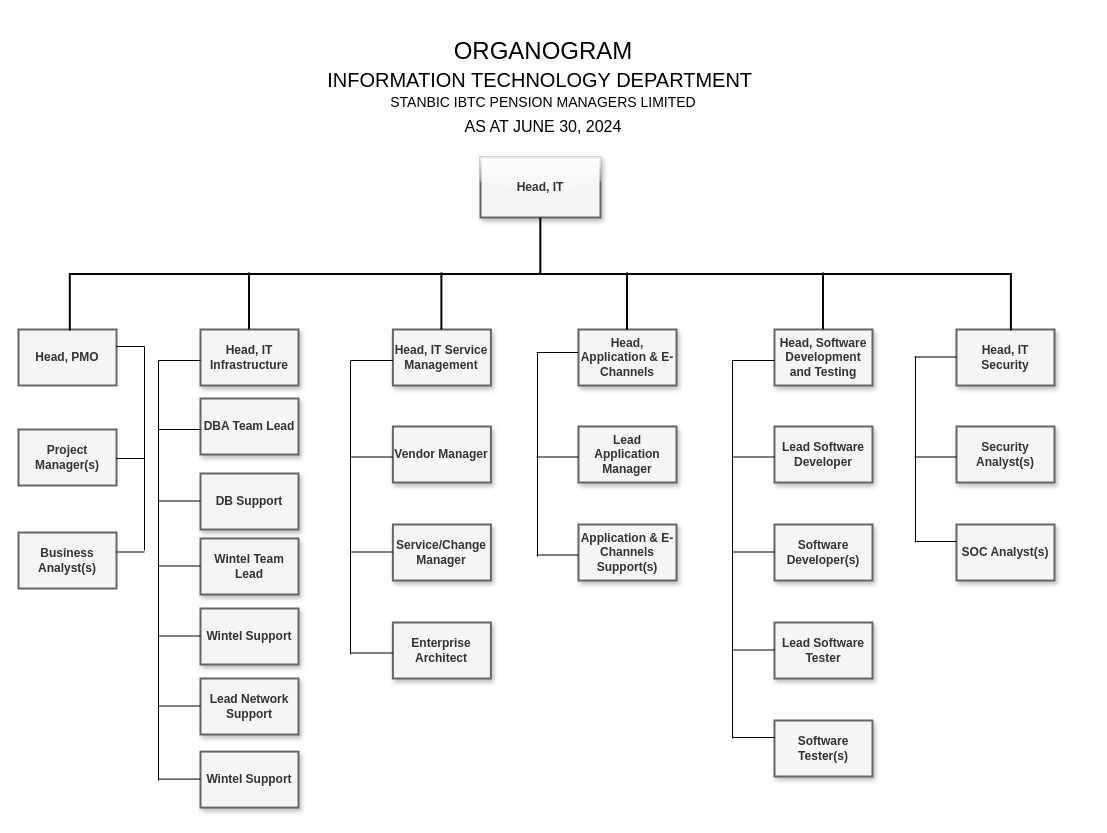
Before: organogram.drawio in Great-B/standard-arch-diagrams, a draw.io diagram. Source tidied: cells renumbered, new cells numbered last; positions are measured from the earlier drawing's top-left corner, leaving out a move shared by most shapes. Both pictures are drawn from the tidied source at 100%, with x=0, y=0 at pixel (18, -197).
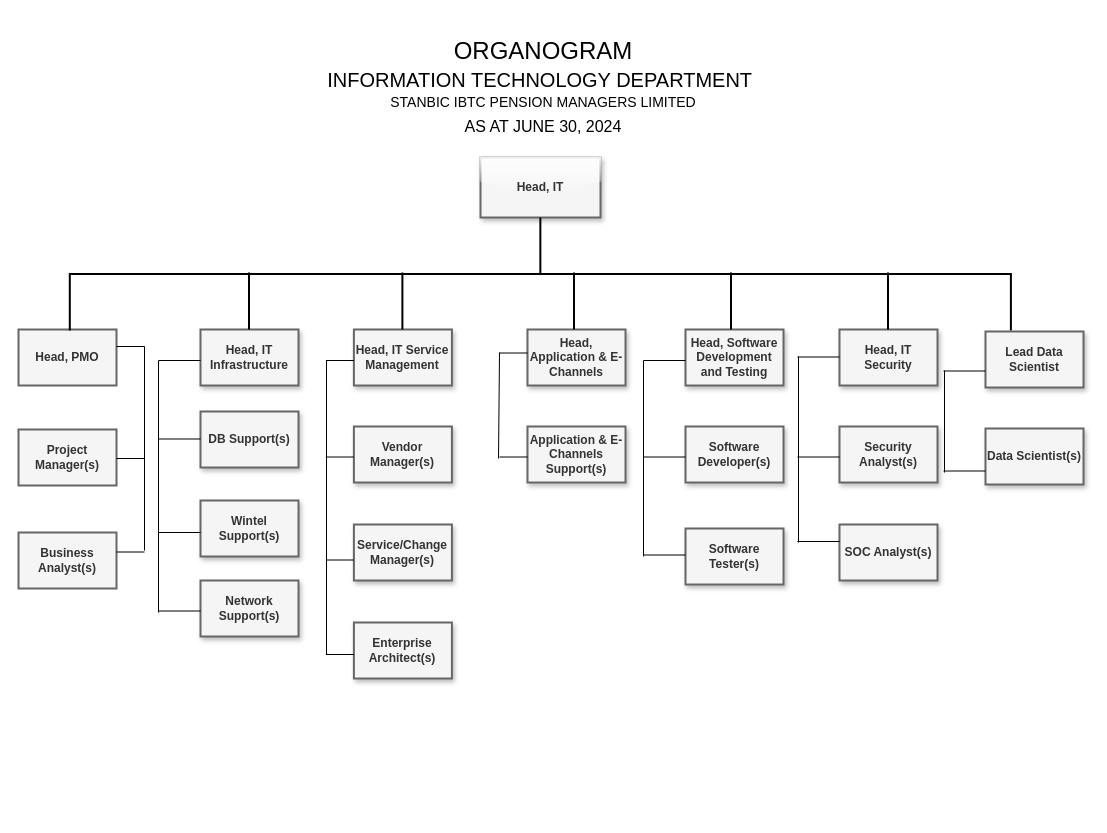
The same page after the edit.

The edit, as a diff of the source:
```diff
@@
     <mxCell id="6" value="&lt;b&gt;Head, IT Service Management&lt;/b&gt;" style="rounded=0;whiteSpace=wrap;html=1;strokeWidth=2;perimeterSpacing=0;glass=0;shadow=1;fontStyle=0;fillColor=#f5f5f5;fontColor=#333333;strokeColor=#666666;gradientColor=none;" parent="1" vertex="1">
-      <mxGeometry x="374.4" y="526" width="98" height="56" as="geometry" />
+      <mxGeometry x="335.4" y="526" width="98" height="56" as="geometry" />
     </mxCell>
     <mxCell id="7" value="&lt;b&gt;Head, Application &amp;amp; E-Channels&lt;/b&gt;" style="rounded=0;whiteSpace=wrap;html=1;strokeWidth=2;perimeterSpacing=0;glass=0;shadow=1;fontStyle=0;fillColor=#f5f5f5;fontColor=#333333;strokeColor=#666666;gradientColor=none;" parent="1" vertex="1">
-      <mxGeometry x="560" y="526" width="98" height="56" as="geometry" />
+      <mxGeometry x="509" y="526" width="98" height="56" as="geometry" />
     </mxCell>
     <mxCell id="8" value="&lt;b&gt;Head, Software Development and Testing&lt;/b&gt;" style="rounded=0;whiteSpace=wrap;html=1;strokeWidth=2;perimeterSpacing=0;glass=0;shadow=1;fontStyle=0;fillColor=#f5f5f5;fontColor=#333333;strokeColor=#666666;gradientColor=none;" parent="1" vertex="1">
-      <mxGeometry x="756" y="526" width="98" height="56" as="geometry" />
+      <mxGeometry x="667" y="526" width="98" height="56" as="geometry" />
     </mxCell>
     <mxCell id="9" value="&lt;b&gt;Head, IT Security&lt;/b&gt;" style="rounded=0;whiteSpace=wrap;html=1;strokeWidth=2;perimeterSpacing=0;glass=0;shadow=1;fontStyle=0;fillColor=#f5f5f5;fontColor=#333333;strokeColor=#666666;gradientColor=none;" parent="1" vertex="1">
-      <mxGeometry x="938" y="526" width="98" height="56" as="geometry" />
+      <mxGeometry x="821" y="526" width="98" height="56" as="geometry" />
     </mxCell>
@@
-    <mxCell id="13" value="&lt;b&gt;DBA Team Lead&lt;/b&gt;" style="rounded=0;whiteSpace=wrap;html=1;strokeWidth=2;perimeterSpacing=0;glass=0;shadow=1;fontStyle=0;fillColor=#f5f5f5;fontColor=#333333;strokeColor=#666666;gradientColor=none;" parent="1" vertex="1">
-      <mxGeometry x="182" y="595" width="98" height="56" as="geometry" />
-    </mxCell>
-    <mxCell id="14" value="&lt;b&gt;DB Support&lt;/b&gt;" style="rounded=0;whiteSpace=wrap;html=1;strokeWidth=2;perimeterSpacing=0;glass=0;shadow=1;fontStyle=0;fillColor=#f5f5f5;fontColor=#333333;strokeColor=#666666;gradientColor=none;" parent="1" vertex="1">
-      <mxGeometry x="182" y="670" width="98" height="56" as="geometry" />
+    <mxCell id="14" value="&lt;b&gt;DB Support(s)&lt;/b&gt;" style="rounded=0;whiteSpace=wrap;html=1;strokeWidth=2;perimeterSpacing=0;glass=0;shadow=1;fontStyle=0;fillColor=#f5f5f5;fontColor=#333333;strokeColor=#666666;gradientColor=none;" parent="1" vertex="1">
+      <mxGeometry x="182" y="608" width="98" height="56" as="geometry" />
     </mxCell>
-    <mxCell id="15" value="&lt;b&gt;Vendor Manager&lt;/b&gt;" style="rounded=0;whiteSpace=wrap;html=1;strokeWidth=2;perimeterSpacing=0;glass=0;shadow=1;fontStyle=0;fillColor=#f5f5f5;fontColor=#333333;strokeColor=#666666;gradientColor=none;" parent="1" vertex="1">
-      <mxGeometry x="374.4" y="623" width="98" height="56" as="geometry" />
+    <mxCell id="15" value="&lt;b&gt;Vendor Manager(s)&lt;/b&gt;" style="rounded=0;whiteSpace=wrap;html=1;strokeWidth=2;perimeterSpacing=0;glass=0;shadow=1;fontStyle=0;fillColor=#f5f5f5;fontColor=#333333;strokeColor=#666666;gradientColor=none;" parent="1" vertex="1">
+      <mxGeometry x="335.4" y="623" width="98" height="56" as="geometry" />
     </mxCell>
-    <mxCell id="16" value="&lt;b&gt;Service/Change Manager&lt;/b&gt;" style="rounded=0;whiteSpace=wrap;html=1;strokeWidth=2;perimeterSpacing=0;glass=0;shadow=1;fontStyle=0;fillColor=#f5f5f5;fontColor=#333333;strokeColor=#666666;gradientColor=none;" parent="1" vertex="1">
-      <mxGeometry x="374.4" y="721" width="98" height="56" as="geometry" />
+    <mxCell id="16" value="&lt;b&gt;Service/Change Manager(s)&lt;br&gt;&lt;/b&gt;" style="rounded=0;whiteSpace=wrap;html=1;strokeWidth=2;perimeterSpacing=0;glass=0;shadow=1;fontStyle=0;fillColor=#f5f5f5;fontColor=#333333;strokeColor=#666666;gradientColor=none;" parent="1" vertex="1">
+      <mxGeometry x="335.4" y="721" width="98" height="56" as="geometry" />
     </mxCell>
-    <mxCell id="17" value="&lt;b&gt;Enterprise Architect&lt;/b&gt;" style="rounded=0;whiteSpace=wrap;html=1;strokeWidth=2;perimeterSpacing=0;glass=0;shadow=1;fontStyle=0;fillColor=#f5f5f5;fontColor=#333333;strokeColor=#666666;gradientColor=none;" parent="1" vertex="1">
-      <mxGeometry x="374.4" y="819" width="98" height="56" as="geometry" />
+    <mxCell id="17" value="&lt;b&gt;Enterprise Architect(s)&lt;/b&gt;" style="rounded=0;whiteSpace=wrap;html=1;strokeWidth=2;perimeterSpacing=0;glass=0;shadow=1;fontStyle=0;fillColor=#f5f5f5;fontColor=#333333;strokeColor=#666666;gradientColor=none;" parent="1" vertex="1">
+      <mxGeometry x="335.4" y="819" width="98" height="56" as="geometry" />
     </mxCell>
-    <mxCell id="18" value="&lt;b&gt;Lead Application Manager&lt;/b&gt;" style="rounded=0;whiteSpace=wrap;html=1;strokeWidth=2;perimeterSpacing=0;glass=0;shadow=1;fontStyle=0;fillColor=#f5f5f5;fontColor=#333333;strokeColor=#666666;gradientColor=none;" parent="1" vertex="1">
-      <mxGeometry x="560" y="623" width="98" height="56" as="geometry" />
-    </mxCell>
     <mxCell id="19" value="&lt;b&gt;Application &amp;amp; E-Channels Support(s)&lt;/b&gt;" style="rounded=0;whiteSpace=wrap;html=1;strokeWidth=2;perimeterSpacing=0;glass=0;shadow=1;fontStyle=0;fillColor=#f5f5f5;fontColor=#333333;strokeColor=#666666;gradientColor=none;" parent="1" vertex="1">
-      <mxGeometry x="560" y="721" width="98" height="56" as="geometry" />
+      <mxGeometry x="509" y="623" width="98" height="56" as="geometry" />
     </mxCell>
-    <mxCell id="20" value="&lt;b&gt;Lead Software Developer&lt;/b&gt;" style="rounded=0;whiteSpace=wrap;html=1;strokeWidth=2;perimeterSpacing=0;glass=0;shadow=1;fontStyle=0;fillColor=#f5f5f5;fontColor=#333333;strokeColor=#666666;gradientColor=none;" parent="1" vertex="1">
-      <mxGeometry x="756" y="623" width="98" height="56" as="geometry" />
-    </mxCell>
     <mxCell id="21" value="&lt;b&gt;Software Developer(s)&lt;/b&gt;" style="rounded=0;whiteSpace=wrap;html=1;strokeWidth=2;perimeterSpacing=0;glass=0;shadow=1;fontStyle=0;fillColor=#f5f5f5;fontColor=#333333;strokeColor=#666666;gradientColor=none;" parent="1" vertex="1">
-      <mxGeometry x="756" y="721" width="98" height="56" as="geometry" />
+      <mxGeometry x="667" y="623" width="98" height="56" as="geometry" />
     </mxCell>
     <mxCell id="22" value="&lt;b&gt;Security Analyst(s)&lt;/b&gt;" style="rounded=0;whiteSpace=wrap;html=1;strokeWidth=2;perimeterSpacing=0;glass=0;shadow=1;fontStyle=0;fillColor=#f5f5f5;fontColor=#333333;strokeColor=#666666;gradientColor=none;" parent="1" vertex="1">
-      <mxGeometry x="938" y="623" width="98" height="56" as="geometry" />
+      <mxGeometry x="821" y="623" width="98" height="56" as="geometry" />
     </mxCell>
     <mxCell id="23" value="&lt;b&gt;SOC Analyst(s)&lt;/b&gt;" style="rounded=0;whiteSpace=wrap;html=1;strokeWidth=2;perimeterSpacing=0;glass=0;shadow=1;fontStyle=0;fillColor=#f5f5f5;fontColor=#333333;strokeColor=#666666;gradientColor=none;" parent="1" vertex="1">
-      <mxGeometry x="938" y="721" width="98" height="56" as="geometry" />
+      <mxGeometry x="821" y="721" width="98" height="56" as="geometry" />
     </mxCell>
-    <mxCell id="24" value="&lt;b&gt;Wintel Team Lead&lt;/b&gt;" style="rounded=0;whiteSpace=wrap;html=1;strokeWidth=2;perimeterSpacing=0;glass=0;shadow=1;fontStyle=0;fillColor=#f5f5f5;fontColor=#333333;strokeColor=#666666;gradientColor=none;" parent="1" vertex="1">
-      <mxGeometry x="182" y="735" width="98" height="56" as="geometry" />
-    </mxCell>
-    <mxCell id="25" value="&lt;b&gt;Wintel Support&lt;/b&gt;" style="rounded=0;whiteSpace=wrap;html=1;strokeWidth=2;perimeterSpacing=0;glass=0;shadow=1;fontStyle=0;fillColor=#f5f5f5;fontColor=#333333;strokeColor=#666666;gradientColor=none;" parent="1" vertex="1">
-      <mxGeometry x="182" y="805" width="98" height="56" as="geometry" />
+    <mxCell id="25" value="&lt;b&gt;Wintel Support(s)&lt;/b&gt;" style="rounded=0;whiteSpace=wrap;html=1;strokeWidth=2;perimeterSpacing=0;glass=0;shadow=1;fontStyle=0;fillColor=#f5f5f5;fontColor=#333333;strokeColor=#666666;gradientColor=none;" parent="1" vertex="1">
+      <mxGeometry x="182" y="697" width="98" height="56" as="geometry" />
     </mxCell>
-    <mxCell id="26" value="&lt;b&gt;Lead Network Support&lt;/b&gt;" style="rounded=0;whiteSpace=wrap;html=1;strokeWidth=2;perimeterSpacing=0;glass=0;shadow=1;fontStyle=0;fillColor=#f5f5f5;fontColor=#333333;strokeColor=#666666;gradientColor=none;" parent="1" vertex="1">
-      <mxGeometry x="182" y="875" width="98" height="56" as="geometry" />
-    </mxCell>
-    <mxCell id="27" value="&lt;b&gt;Wintel Support&lt;/b&gt;" style="rounded=0;whiteSpace=wrap;html=1;strokeWidth=2;perimeterSpacing=0;glass=0;shadow=1;fontStyle=0;fillColor=#f5f5f5;fontColor=#333333;strokeColor=#666666;gradientColor=none;" parent="1" vertex="1">
-      <mxGeometry x="182" y="948.1" width="98" height="56" as="geometry" />
+    <mxCell id="27" value="&lt;b&gt;Network Support(s)&lt;/b&gt;" style="rounded=0;whiteSpace=wrap;html=1;strokeWidth=2;perimeterSpacing=0;glass=0;shadow=1;fontStyle=0;fillColor=#f5f5f5;fontColor=#333333;strokeColor=#666666;gradientColor=none;" parent="1" vertex="1">
+      <mxGeometry x="182" y="777" width="98" height="56" as="geometry" />
     </mxCell>
-    <mxCell id="28" value="&lt;b&gt;Lead Software Tester&lt;/b&gt;" style="rounded=0;whiteSpace=wrap;html=1;strokeWidth=2;perimeterSpacing=0;glass=0;shadow=1;fontStyle=0;fillColor=#f5f5f5;fontColor=#333333;strokeColor=#666666;gradientColor=none;" parent="1" vertex="1">
-      <mxGeometry x="756" y="819" width="98" height="56" as="geometry" />
-    </mxCell>
     <mxCell id="29" value="&lt;b&gt;Software Tester(s)&lt;/b&gt;" style="rounded=0;whiteSpace=wrap;html=1;strokeWidth=2;perimeterSpacing=0;glass=0;shadow=1;fontStyle=0;fillColor=#f5f5f5;fontColor=#333333;strokeColor=#666666;gradientColor=none;" parent="1" vertex="1">
-      <mxGeometry x="756" y="917" width="98" height="56" as="geometry" />
+      <mxGeometry x="667" y="725" width="98" height="56" as="geometry" />
     </mxCell>
@@
     <mxCell id="31" style="endArrow=none;html=1;rounded=0;strokeWidth=2;" parent="1" edge="1">
       <mxGeometry relative="1" as="geometry">
-        <mxPoint x="422.9" y="526" as="sourcePoint" />
-        <mxPoint x="422.9" y="469" as="targetPoint" />
+        <mxPoint x="383.9" y="526" as="sourcePoint" />
+        <mxPoint x="383.9" y="469" as="targetPoint" />
       </mxGeometry>
     </mxCell>
     <mxCell id="32" style="endArrow=none;html=1;rounded=0;strokeWidth=2;" parent="1" edge="1">
       <mxGeometry relative="1" as="geometry">
-        <mxPoint x="608.5" y="526" as="sourcePoint" />
-        <mxPoint x="608.5" y="469" as="targetPoint" />
+        <mxPoint x="555.5" y="526" as="sourcePoint" />
+        <mxPoint x="555.5" y="469" as="targetPoint" />
       </mxGeometry>
     </mxCell>
     <mxCell id="33" style="endArrow=none;html=1;rounded=0;strokeWidth=2;" parent="1" edge="1">
       <mxGeometry relative="1" as="geometry">
-        <mxPoint x="804.5" y="526" as="sourcePoint" />
-        <mxPoint x="804.5" y="469" as="targetPoint" />
+        <mxPoint x="712.5" y="526" as="sourcePoint" />
+        <mxPoint x="712.5" y="469" as="targetPoint" />
       </mxGeometry>
     </mxCell>
     <mxCell id="34" style="endArrow=none;html=1;rounded=0;" parent="1" edge="1">
       <mxGeometry relative="1" as="geometry">
-        <mxPoint x="140" y="977" as="sourcePoint" />
+        <mxPoint x="140" y="809" as="sourcePoint" />
         <mxPoint x="140" y="557" as="targetPoint" />
       </mxGeometry>
     </mxCell>
     <mxCell id="35" style="endArrow=none;html=1;rounded=0;" parent="1" edge="1">
       <mxGeometry relative="1" as="geometry">
-        <mxPoint x="714" y="935" as="sourcePoint" />
-        <mxPoint x="714" y="557" as="targetPoint" />
+        <mxPoint x="625" y="753" as="sourcePoint" />
+        <mxPoint x="625" y="557" as="targetPoint" />
       </mxGeometry>
     </mxCell>
-    <mxCell id="36" style="endArrow=none;html=1;rounded=0;" parent="1" edge="1">
-      <mxGeometry relative="1" as="geometry">
-        <mxPoint x="140" y="902.5" as="sourcePoint" />
-        <mxPoint x="182" y="902.5" as="targetPoint" />
-      </mxGeometry>
-    </mxCell>
     <mxCell id="37" style="endArrow=none;html=1;rounded=0;" parent="1" edge="1">
       <mxGeometry relative="1" as="geometry">
-        <mxPoint x="140" y="975.6" as="sourcePoint" />
-        <mxPoint x="182" y="975.6" as="targetPoint" />
+        <mxPoint x="140" y="807.5" as="sourcePoint" />
+        <mxPoint x="182" y="807.5" as="targetPoint" />
       </mxGeometry>
     </mxCell>
     <mxCell id="38" style="endArrow=none;html=1;rounded=0;" parent="1" edge="1">
       <mxGeometry relative="1" as="geometry">
-        <mxPoint x="140" y="832.5" as="sourcePoint" />
-        <mxPoint x="182" y="832.5" as="targetPoint" />
+        <mxPoint x="140" y="729" as="sourcePoint" />
+        <mxPoint x="182" y="729" as="targetPoint" />
       </mxGeometry>
     </mxCell>
-    <mxCell id="39" style="endArrow=none;html=1;rounded=0;" parent="1" edge="1">
-      <mxGeometry relative="1" as="geometry">
-        <mxPoint x="140" y="762.5" as="sourcePoint" />
-        <mxPoint x="182" y="762.5" as="targetPoint" />
-      </mxGeometry>
-    </mxCell>
     <mxCell id="40" style="endArrow=none;html=1;rounded=0;" parent="1" edge="1">
       <mxGeometry relative="1" as="geometry">
-        <mxPoint x="140" y="697.5" as="sourcePoint" />
-        <mxPoint x="182" y="697.5" as="targetPoint" />
+        <mxPoint x="140" y="635.5" as="sourcePoint" />
+        <mxPoint x="182" y="635.5" as="targetPoint" />
       </mxGeometry>
     </mxCell>
-    <mxCell id="41" style="endArrow=none;html=1;rounded=0;" parent="1" edge="1">
-      <mxGeometry relative="1" as="geometry">
-        <mxPoint x="140" y="626" as="sourcePoint" />
-        <mxPoint x="182" y="626" as="targetPoint" />
-      </mxGeometry>
-    </mxCell>
@@
     <mxCell id="43" style="endArrow=none;html=1;rounded=0;" parent="1" edge="1">
       <mxGeometry relative="1" as="geometry">
-        <mxPoint x="714" y="557" as="sourcePoint" />
-        <mxPoint x="756" y="557" as="targetPoint" />
+        <mxPoint x="625" y="557" as="sourcePoint" />
+        <mxPoint x="667" y="557" as="targetPoint" />
       </mxGeometry>
     </mxCell>
-    <mxCell id="44" style="endArrow=none;html=1;rounded=0;" parent="1" edge="1">
-      <mxGeometry relative="1" as="geometry">
-        <mxPoint x="714" y="934" as="sourcePoint" />
-        <mxPoint x="756" y="934" as="targetPoint" />
-      </mxGeometry>
-    </mxCell>
     <mxCell id="45" style="endArrow=none;html=1;rounded=0;" parent="1" edge="1">
       <mxGeometry relative="1" as="geometry">
-        <mxPoint x="714" y="653.5" as="sourcePoint" />
-        <mxPoint x="756" y="653.5" as="targetPoint" />
+        <mxPoint x="625" y="653.5" as="sourcePoint" />
+        <mxPoint x="667" y="653.5" as="targetPoint" />
       </mxGeometry>
     </mxCell>
     <mxCell id="46" style="endArrow=none;html=1;rounded=0;" parent="1" edge="1">
       <mxGeometry relative="1" as="geometry">
-        <mxPoint x="714" y="748.5" as="sourcePoint" />
-        <mxPoint x="756" y="748.5" as="targetPoint" />
+        <mxPoint x="625" y="751.5" as="sourcePoint" />
+        <mxPoint x="667" y="751.5" as="targetPoint" />
       </mxGeometry>
     </mxCell>
-    <mxCell id="47" style="endArrow=none;html=1;rounded=0;" parent="1" edge="1">
-      <mxGeometry relative="1" as="geometry">
-        <mxPoint x="714" y="846.5" as="sourcePoint" />
-        <mxPoint x="756" y="846.5" as="targetPoint" />
-      </mxGeometry>
-    </mxCell>
     <mxCell id="48" style="endArrow=none;html=1;rounded=0;" parent="1" edge="1">
       <mxGeometry relative="1" as="geometry">
-        <mxPoint x="897" y="739" as="sourcePoint" />
-        <mxPoint x="897" y="553" as="targetPoint" />
+        <mxPoint x="780" y="739" as="sourcePoint" />
+        <mxPoint x="780" y="553" as="targetPoint" />
       </mxGeometry>
     </mxCell>
     <mxCell id="49" style="endArrow=none;html=1;rounded=0;" parent="1" edge="1">
       <mxGeometry relative="1" as="geometry">
-        <mxPoint x="896" y="553.5" as="sourcePoint" />
-        <mxPoint x="938" y="553.5" as="targetPoint" />
+        <mxPoint x="779" y="553.5" as="sourcePoint" />
+        <mxPoint x="821" y="553.5" as="targetPoint" />
       </mxGeometry>
     </mxCell>
     <mxCell id="50" style="endArrow=none;html=1;rounded=0;" parent="1" edge="1">
       <mxGeometry relative="1" as="geometry">
-        <mxPoint x="896" y="738" as="sourcePoint" />
-        <mxPoint x="938" y="738" as="targetPoint" />
+        <mxPoint x="779" y="738" as="sourcePoint" />
+        <mxPoint x="821" y="738" as="targetPoint" />
       </mxGeometry>
     </mxCell>
     <mxCell id="51" style="endArrow=none;html=1;rounded=0;" parent="1" edge="1">
       <mxGeometry relative="1" as="geometry">
-        <mxPoint x="896" y="653.5" as="sourcePoint" />
-        <mxPoint x="938" y="653.5" as="targetPoint" />
+        <mxPoint x="779" y="653.5" as="sourcePoint" />
+        <mxPoint x="821" y="653.5" as="targetPoint" />
       </mxGeometry>
     </mxCell>
     <mxCell id="52" style="endArrow=none;html=1;rounded=0;" parent="1" edge="1">
       <mxGeometry relative="1" as="geometry">
-        <mxPoint x="519" y="753" as="sourcePoint" />
-        <mxPoint x="519" y="549" as="targetPoint" />
+        <mxPoint x="480" y="655" as="sourcePoint" />
+        <mxPoint x="481" y="549" as="targetPoint" />
       </mxGeometry>
     </mxCell>
-    <mxCell id="53" style="endArrow=none;html=1;rounded=0;" parent="1" edge="1">
-      <mxGeometry relative="1" as="geometry">
-        <mxPoint x="518" y="549" as="sourcePoint" />
-        <mxPoint x="560" y="549" as="targetPoint" />
-      </mxGeometry>
-    </mxCell>
-    <mxCell id="54" style="endArrow=none;html=1;rounded=0;" parent="1" edge="1">
-      <mxGeometry relative="1" as="geometry">
-        <mxPoint x="518" y="653.5" as="sourcePoint" />
-        <mxPoint x="560" y="653.5" as="targetPoint" />
-      </mxGeometry>
-    </mxCell>
-    <mxCell id="55" style="endArrow=none;html=1;rounded=0;" parent="1" edge="1">
-      <mxGeometry relative="1" as="geometry">
-        <mxPoint x="518" y="751.5" as="sourcePoint" />
-        <mxPoint x="560" y="751.5" as="targetPoint" />
-      </mxGeometry>
-    </mxCell>
@@
     <mxCell id="60" style="endArrow=none;html=1;rounded=0;" parent="1" edge="1">
       <mxGeometry relative="1" as="geometry">
-        <mxPoint x="332" y="851" as="sourcePoint" />
-        <mxPoint x="332" y="557" as="targetPoint" />
+        <mxPoint x="308" y="851" as="sourcePoint" />
+        <mxPoint x="308" y="557" as="targetPoint" />
       </mxGeometry>
     </mxCell>
-    <mxCell id="61" style="endArrow=none;html=1;rounded=0;" parent="1" edge="1">
-      <mxGeometry relative="1" as="geometry">
-        <mxPoint x="332.4" y="557" as="sourcePoint" />
-        <mxPoint x="374.4" y="557" as="targetPoint" />
-      </mxGeometry>
-    </mxCell>
-    <mxCell id="62" style="endArrow=none;html=1;rounded=0;" parent="1" edge="1">
-      <mxGeometry relative="1" as="geometry">
-        <mxPoint x="332.4" y="653.5" as="sourcePoint" />
-        <mxPoint x="374.4" y="653.5" as="targetPoint" />
-      </mxGeometry>
-    </mxCell>
-    <mxCell id="63" style="endArrow=none;html=1;rounded=0;" parent="1" edge="1">
-      <mxGeometry relative="1" as="geometry">
-        <mxPoint x="332.4" y="748.5" as="sourcePoint" />
-        <mxPoint x="374.4" y="748.5" as="targetPoint" />
-      </mxGeometry>
-    </mxCell>
-    <mxCell id="64" style="endArrow=none;html=1;rounded=0;" parent="1" edge="1">
-      <mxGeometry relative="1" as="geometry">
-        <mxPoint x="332.4" y="849.5" as="sourcePoint" />
-        <mxPoint x="374.4" y="849.5" as="targetPoint" />
-      </mxGeometry>
-    </mxCell>
+    <mxCell id="65" style="endArrow=none;html=1;rounded=0;" parent="1" edge="1">
+      <mxGeometry relative="1" as="geometry">
+        <mxPoint x="481" y="653.5" as="sourcePoint" />
+        <mxPoint x="509" y="653.5" as="targetPoint" />
+      </mxGeometry>
+    </mxCell>
+    <mxCell id="66" style="endArrow=none;html=1;rounded=0;" parent="1" edge="1">
+      <mxGeometry relative="1" as="geometry">
+        <mxPoint x="307.4" y="851" as="sourcePoint" />
+        <mxPoint x="335.4" y="851" as="targetPoint" />
+      </mxGeometry>
+    </mxCell>
+    <mxCell id="67" style="endArrow=none;html=1;rounded=0;" parent="1" edge="1">
+      <mxGeometry relative="1" as="geometry">
+        <mxPoint x="307.4" y="756.5" as="sourcePoint" />
+        <mxPoint x="335.4" y="756.5" as="targetPoint" />
+      </mxGeometry>
+    </mxCell>
+    <mxCell id="68" style="endArrow=none;html=1;rounded=0;" parent="1" edge="1">
+      <mxGeometry relative="1" as="geometry">
+        <mxPoint x="307.4" y="653.5" as="sourcePoint" />
+        <mxPoint x="335.4" y="653.5" as="targetPoint" />
+      </mxGeometry>
+    </mxCell>
+    <mxCell id="69" style="endArrow=none;html=1;rounded=0;" parent="1" edge="1">
+      <mxGeometry relative="1" as="geometry">
+        <mxPoint x="307.4" y="557" as="sourcePoint" />
+        <mxPoint x="335.4" y="557" as="targetPoint" />
+      </mxGeometry>
+    </mxCell>
+    <mxCell id="70" style="endArrow=none;html=1;rounded=0;" parent="1" edge="1">
+      <mxGeometry relative="1" as="geometry">
+        <mxPoint x="481" y="549.5" as="sourcePoint" />
+        <mxPoint x="509" y="549.5" as="targetPoint" />
+      </mxGeometry>
+    </mxCell>
+    <mxCell id="71" value="&lt;b&gt;Lead Data Scientist&lt;/b&gt;" style="rounded=0;whiteSpace=wrap;html=1;strokeWidth=2;perimeterSpacing=0;glass=0;shadow=1;fontStyle=0;fillColor=#f5f5f5;fontColor=#333333;strokeColor=#666666;gradientColor=none;" parent="1" vertex="1">
+      <mxGeometry x="967" y="528" width="98" height="56" as="geometry" />
+    </mxCell>
+    <mxCell id="72" value="&lt;b&gt;Data Scientist(s)&lt;/b&gt;" style="rounded=0;whiteSpace=wrap;html=1;strokeWidth=2;perimeterSpacing=0;glass=0;shadow=1;fontStyle=0;fillColor=#f5f5f5;fontColor=#333333;strokeColor=#666666;gradientColor=none;" parent="1" vertex="1">
+      <mxGeometry x="967" y="625" width="98" height="56" as="geometry" />
+    </mxCell>
+    <mxCell id="73" style="endArrow=none;html=1;rounded=0;" parent="1" edge="1">
+      <mxGeometry relative="1" as="geometry">
+        <mxPoint x="926" y="669" as="sourcePoint" />
+        <mxPoint x="926" y="567" as="targetPoint" />
+      </mxGeometry>
+    </mxCell>
+    <mxCell id="74" style="endArrow=none;html=1;rounded=0;" parent="1" edge="1">
+      <mxGeometry relative="1" as="geometry">
+        <mxPoint x="925" y="567.5" as="sourcePoint" />
+        <mxPoint x="967" y="567.5" as="targetPoint" />
+      </mxGeometry>
+    </mxCell>
+    <mxCell id="75" style="endArrow=none;html=1;rounded=0;" parent="1" edge="1">
+      <mxGeometry relative="1" as="geometry">
+        <mxPoint x="925" y="667.5" as="sourcePoint" />
+        <mxPoint x="967" y="667.5" as="targetPoint" />
+      </mxGeometry>
+    </mxCell>
+    <mxCell id="76" style="endArrow=none;html=1;rounded=0;strokeWidth=2;" parent="1" edge="1">
+      <mxGeometry relative="1" as="geometry">
+        <mxPoint x="869.5" y="526" as="sourcePoint" />
+        <mxPoint x="869.5" y="469" as="targetPoint" />
+      </mxGeometry>
+    </mxCell>
```
